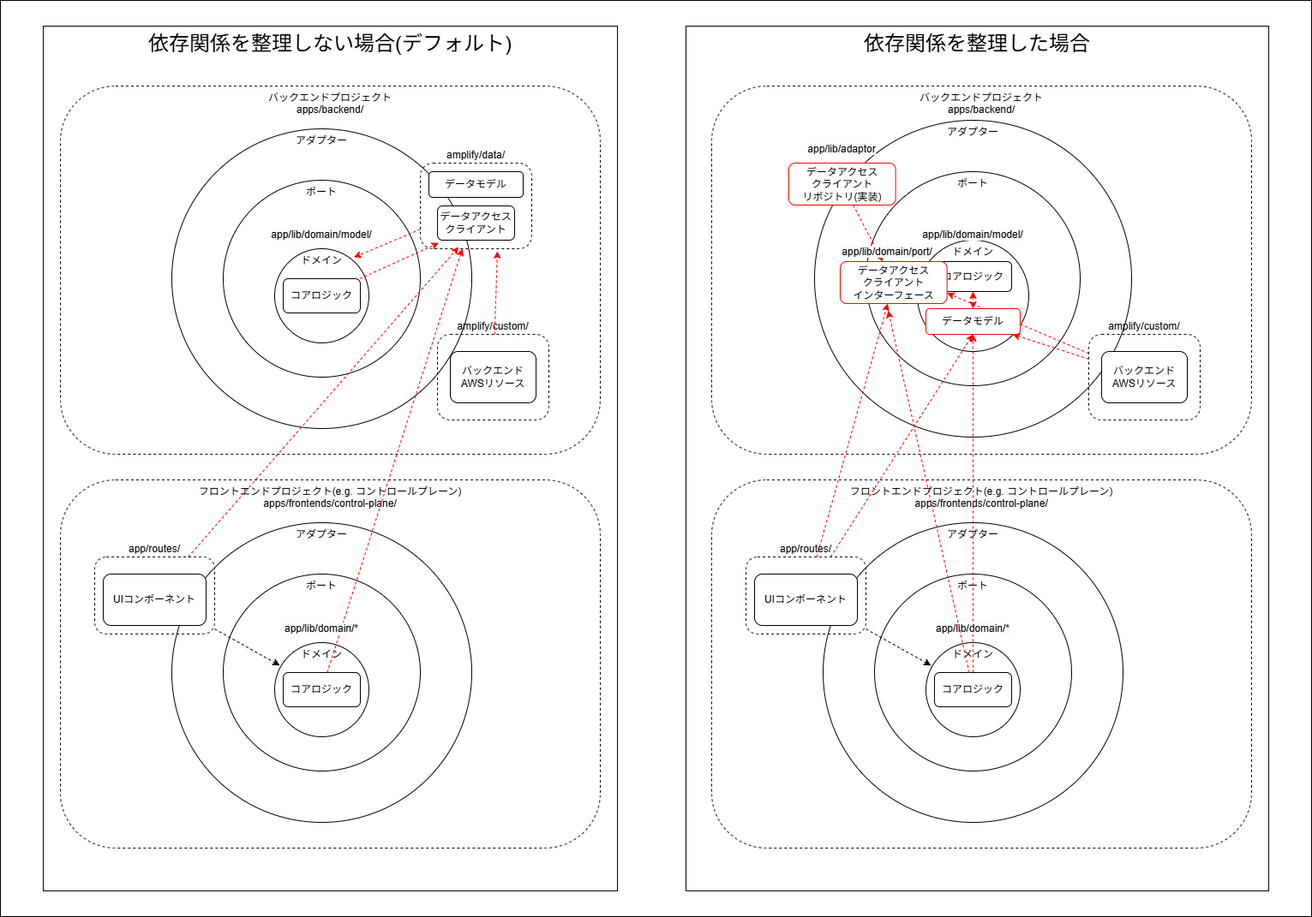
The draw.io diagram images/99/default-dependencies.drawio.png in horietakehiro/deep-dive-multi-tenant-saas-on-aws, before a commit. Source tidied: cells renumbered, new cells last; positions are measured from the earlier drawing's top-left corner, leaving out a move shared by most shapes.
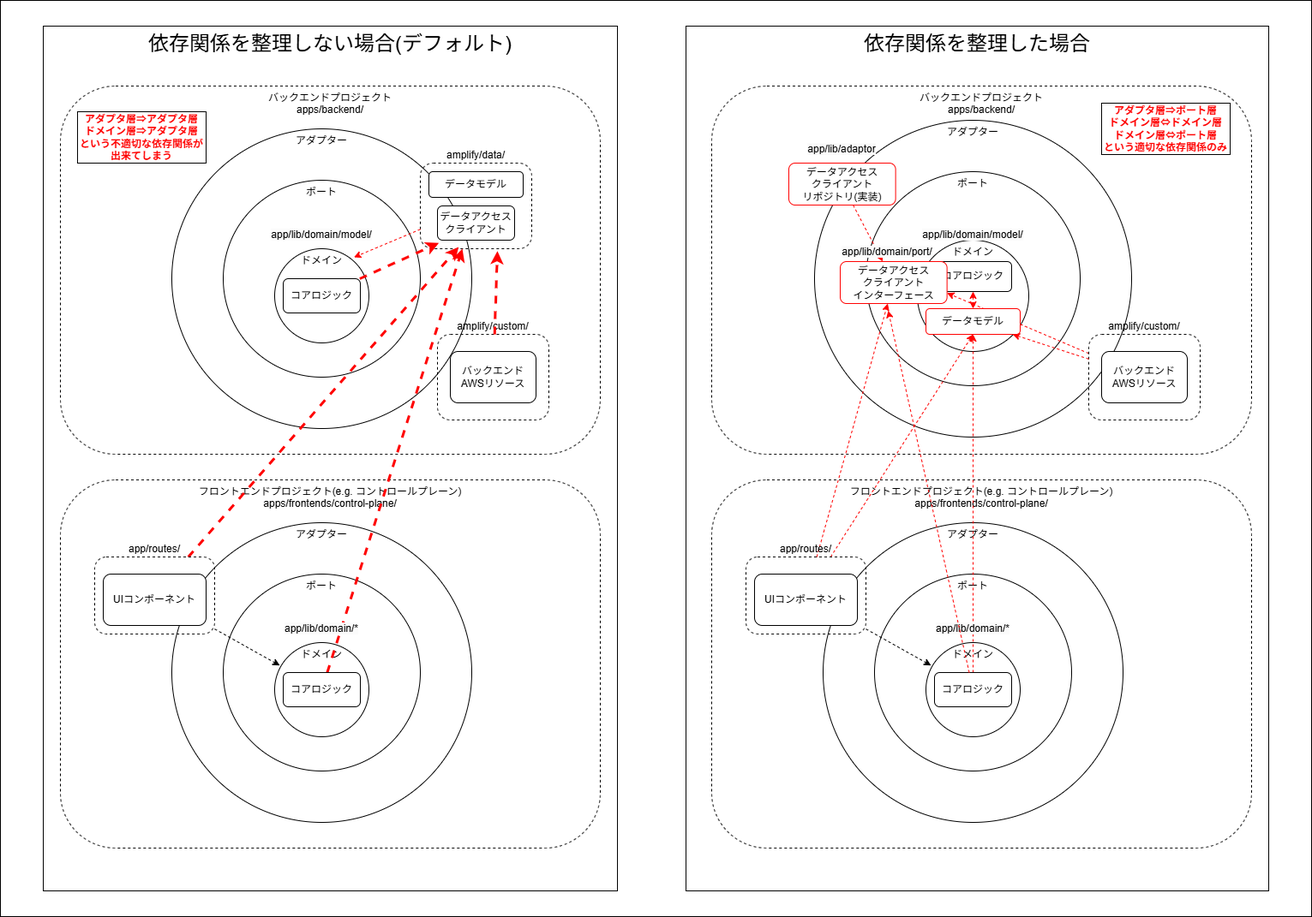
After the change.

Diff of the diagram source:
```diff
@@ -35,7 +35,7 @@
     <mxCell id="12" value="ドメイン" style="ellipse;whiteSpace=wrap;html=1;verticalAlign=top;" parent="1" vertex="1">
       <mxGeometry x="320" y="290" width="110" height="110" as="geometry" />
     </mxCell>
-    <mxCell id="13" style="edgeStyle=none;html=1;entryX=0.166;entryY=0.933;entryDx=0;entryDy=0;dashed=1;entryPerimeter=0;strokeColor=#FF0000;" parent="1" edge="1" source="14" target="9">
+    <mxCell id="13" style="edgeStyle=none;html=1;entryX=0.166;entryY=0.933;entryDx=0;entryDy=0;dashed=1;entryPerimeter=0;strokeColor=#FF0000;strokeWidth=3;" parent="1" edge="1" source="14" target="9">
       <mxGeometry relative="1" as="geometry" />
     </mxCell>
     <mxCell id="14" value="&lt;div&gt;コアロジック&lt;/div&gt;" style="rounded=1;whiteSpace=wrap;html=1;" parent="1" vertex="1">
@@ -50,7 +50,7 @@
     <mxCell id="17" value="amplify/custom/" style="rounded=1;whiteSpace=wrap;html=1;fillColor=none;dashed=1;verticalAlign=bottom;labelPosition=center;verticalLabelPosition=top;align=center;" parent="1" vertex="1">
       <mxGeometry x="510" y="390" width="130" height="100" as="geometry" />
     </mxCell>
-    <mxCell id="18" style="edgeStyle=none;html=1;entryX=0.692;entryY=1.028;entryDx=0;entryDy=0;entryPerimeter=0;dashed=1;strokeColor=#FF0000;" parent="1" edge="1" source="17" target="9">
+    <mxCell id="18" style="edgeStyle=none;html=1;entryX=0.692;entryY=1.028;entryDx=0;entryDy=0;entryPerimeter=0;dashed=1;strokeColor=#FF0000;strokeWidth=3;" parent="1" edge="1" source="17" target="9">
       <mxGeometry relative="1" as="geometry" />
     </mxCell>
     <mxCell id="19" value="フロントエンドプロジェクト(e.g. コントロールプレーン)&lt;div&gt;apps/frontends/control-plane/&lt;/div&gt;" style="rounded=1;whiteSpace=wrap;html=1;verticalAlign=top;dashed=1;" parent="1" vertex="1">
@@ -65,7 +65,7 @@
     <mxCell id="22" value="ドメイン" style="ellipse;whiteSpace=wrap;html=1;verticalAlign=top;" parent="1" vertex="1">
       <mxGeometry x="320" y="750" width="110" height="110" as="geometry" />
     </mxCell>
-    <mxCell id="23" style="edgeStyle=none;html=1;dashed=1;strokeColor=#FF0000;" parent="1" edge="1" source="24" target="9">
+    <mxCell id="23" style="edgeStyle=none;html=1;dashed=1;strokeColor=#FF0000;strokeWidth=3;" parent="1" edge="1" source="24" target="9">
       <mxGeometry relative="1" as="geometry" />
     </mxCell>
     <mxCell id="24" value="&lt;div&gt;コアロジック&lt;/div&gt;" style="rounded=1;whiteSpace=wrap;html=1;" parent="1" vertex="1">
@@ -77,7 +77,7 @@
     <mxCell id="26" value="UIコンポーネント" style="rounded=1;whiteSpace=wrap;html=1;" parent="1" vertex="1">
       <mxGeometry x="120" y="670" width="120" height="60" as="geometry" />
     </mxCell>
-    <mxCell id="27" style="edgeStyle=none;html=1;entryX=0.344;entryY=0.98;entryDx=0;entryDy=0;dashed=1;strokeColor=#FF0000;entryPerimeter=0;" parent="1" edge="1" source="28" target="9">
+    <mxCell id="27" style="edgeStyle=none;html=1;entryX=0.344;entryY=0.98;entryDx=0;entryDy=0;dashed=1;strokeColor=#FF0000;entryPerimeter=0;strokeWidth=3;" parent="1" edge="1" source="28" target="9">
       <mxGeometry relative="1" as="geometry" />
     </mxCell>
     <mxCell id="28" value="app/routes/" style="rounded=1;whiteSpace=wrap;html=1;fillColor=none;dashed=1;verticalAlign=bottom;labelPosition=center;verticalLabelPosition=top;align=center;" parent="1" vertex="1">
@@ -181,5 +181,11 @@
     <mxCell id="60" value="&lt;span style=&quot;color: rgb(0, 0, 0); font-family: Helvetica; font-size: 12px; font-style: normal; font-variant-ligatures: normal; font-variant-caps: normal; font-weight: 400; letter-spacing: normal; orphans: 2; text-indent: 0px; text-transform: none; widows: 2; word-spacing: 0px; -webkit-text-stroke-width: 0px; white-space: normal; background-color: rgb(251, 251, 251); text-decoration-thickness: initial; text-decoration-style: initial; text-decoration-color: initial; float: none; display: inline !important;&quot;&gt;app/lib/adaptor&lt;/span&gt;" style="text;whiteSpace=wrap;html=1;align=center;" parent="1" vertex="1">
       <mxGeometry x="907.3" y="160" width="150" height="40" as="geometry" />
     </mxCell>
+    <mxCell id="61" value="&lt;font style=&quot;color: rgb(255, 0, 0);&quot;&gt;アダプタ層⇒アダプタ層&lt;/font&gt;&lt;div&gt;&lt;font style=&quot;color: rgb(255, 0, 0);&quot;&gt;ドメイン層⇒アダプタ層&lt;/font&gt;&lt;/div&gt;&lt;div&gt;&lt;font style=&quot;color: rgb(255, 0, 0);&quot;&gt;という不適切な依存関係が出来てしまう&lt;/font&gt;&lt;/div&gt;" style="rounded=0;whiteSpace=wrap;html=1;fontColor=#FF0000;fontStyle=1;" parent="1" vertex="1">
+      <mxGeometry x="90" y="130" width="150" height="60" as="geometry" />
+    </mxCell>
+    <mxCell id="62" value="&lt;font style=&quot;color: rgb(255, 0, 0);&quot;&gt;アダプタ層⇒ポート層&lt;/font&gt;&lt;div&gt;&lt;font style=&quot;color: rgb(255, 0, 0);&quot;&gt;ドメイン層⇔ドメイン層&lt;/font&gt;&lt;/div&gt;&lt;div&gt;&lt;font style=&quot;color: rgb(255, 0, 0);&quot;&gt;ドメイン層⇔ポート層&lt;/font&gt;&lt;/div&gt;&lt;div&gt;&lt;font style=&quot;color: rgb(255, 0, 0);&quot;&gt;という適切な依存関係のみ&lt;/font&gt;&lt;/div&gt;" style="rounded=0;whiteSpace=wrap;html=1;fontColor=#FF0000;fontStyle=1;" parent="1" vertex="1">
+      <mxGeometry x="1285" y="120" width="150" height="60" as="geometry" />
+    </mxCell>
   </root>
 </mxGraphModel>
```
